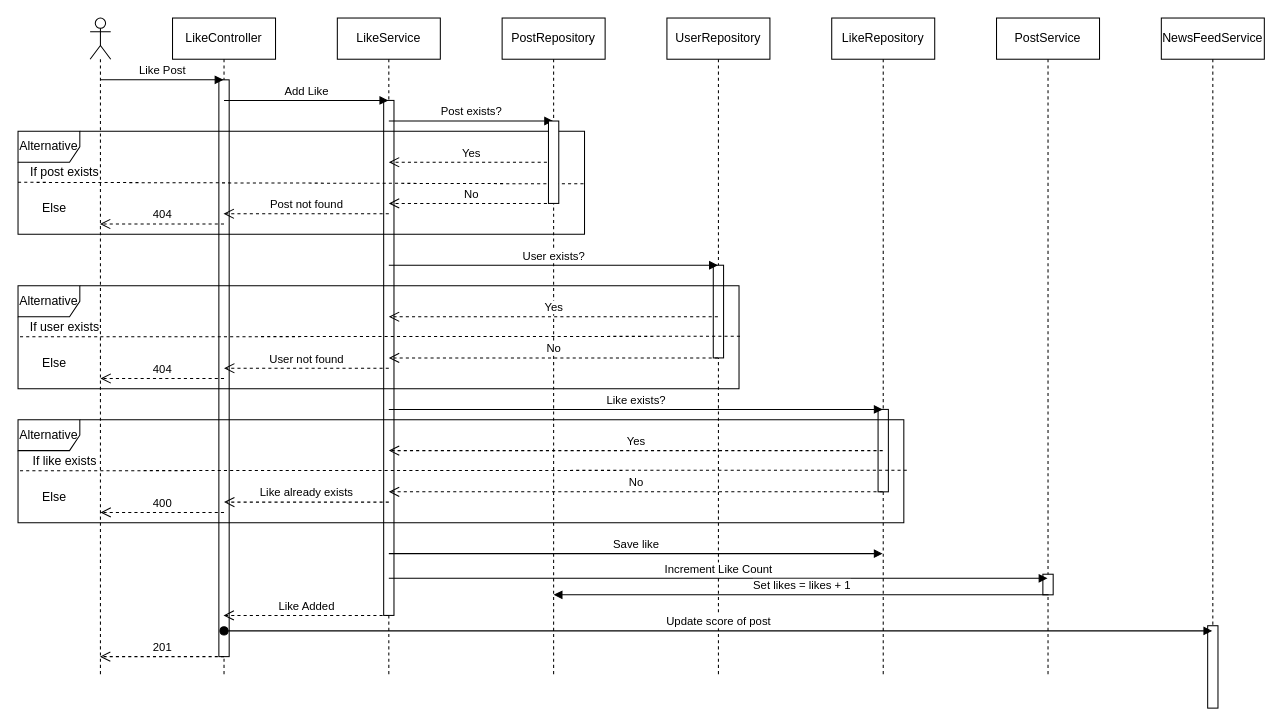
Above: page "Sequence-Like/Comment" (4 of 5) of docs/News-Feed.drawio in JatinDholakia/News-Feed (draw.io), before the change. Source tidied: cells renumbered, new cells numbered last; positions are measured from the earlier drawing's top-left corner, leaving out a move shared by most shapes. Both pictures are drawn from the tidied source at 103%, with x=0, y=0 at pixel (18, 18).
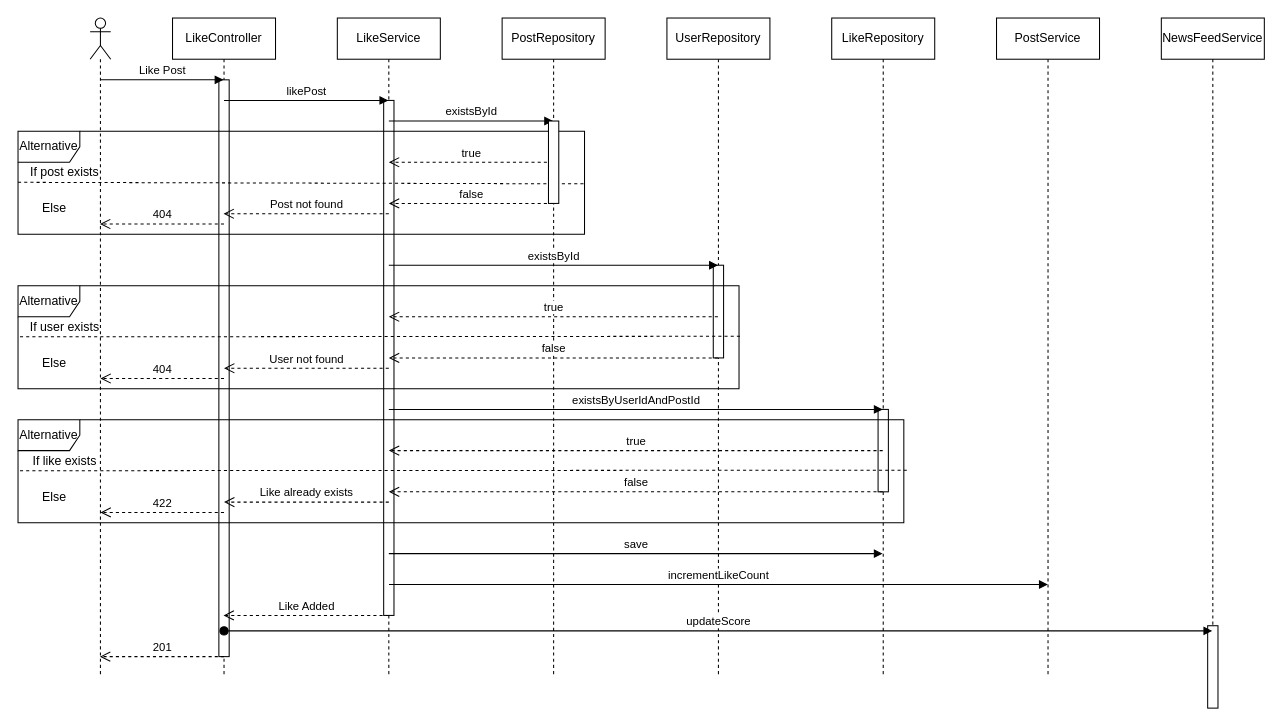
After the change.

The change refers to these unchanged cells:
```xml
<mxCell id="5" value="LikeService" style="shape=umlLifeline;perimeter=lifelinePerimeter;whiteSpace=wrap;html=1;outlineConnect=0;portConstraint=eastwest;newEdgeStyle={&quot;curved&quot;:0,&quot;rounded&quot;:0};" parent="1" vertex="1">
  <mxGeometry x="310" width="100" height="640" as="geometry" />
</mxCell>
<mxCell id="7" value="PostRepository" style="shape=umlLifeline;perimeter=lifelinePerimeter;whiteSpace=wrap;html=1;outlineConnect=0;portConstraint=eastwest;newEdgeStyle={&quot;curved&quot;:0,&quot;rounded&quot;:0};" parent="1" vertex="1">
  <mxGeometry x="470" width="100" height="640" as="geometry" />
</mxCell>
<mxCell id="8" value="UserRepository" style="shape=umlLifeline;perimeter=lifelinePerimeter;whiteSpace=wrap;html=1;outlineConnect=0;portConstraint=eastwest;newEdgeStyle={&quot;curved&quot;:0,&quot;rounded&quot;:0};" parent="1" vertex="1">
  <mxGeometry x="630" width="100" height="640" as="geometry" />
</mxCell>
<mxCell id="10" value="LikeRepository" style="shape=umlLifeline;perimeter=lifelinePerimeter;whiteSpace=wrap;html=1;outlineConnect=0;portConstraint=eastwest;newEdgeStyle={&quot;curved&quot;:0,&quot;rounded&quot;:0};" parent="1" vertex="1">
  <mxGeometry x="790" width="100" height="640" as="geometry" />
</mxCell>
<mxCell id="42" value="PostService" style="shape=umlLifeline;perimeter=lifelinePerimeter;whiteSpace=wrap;html=1;outlineConnect=0;portConstraint=eastwest;newEdgeStyle={&quot;curved&quot;:0,&quot;rounded&quot;:0};" parent="1" vertex="1">
  <mxGeometry x="950" width="100" height="640" as="geometry" />
</mxCell>
<mxCell id="46" value="NewsFeedService" style="shape=umlLifeline;perimeter=lifelinePerimeter;whiteSpace=wrap;html=1;outlineConnect=0;portConstraint=eastwest;newEdgeStyle={&quot;curved&quot;:0,&quot;rounded&quot;:0};" parent="1" vertex="1">
  <mxGeometry x="1110" width="100" height="670" as="geometry" />
</mxCell>
```

What changed in the source:
```diff
@@
-    <mxCell id="13" value="Add Like" style="html=1;verticalAlign=bottom;endArrow=block;curved=0;rounded=0;" parent="1" edge="1" target="5">
+    <mxCell id="13" value="likePost" style="html=1;verticalAlign=bottom;endArrow=block;curved=0;rounded=0;" parent="1" edge="1" target="5">
       <mxGeometry relative="1" as="geometry">
         <mxPoint x="200" y="80" as="sourcePoint" />
       </mxGeometry>
     </mxCell>
@@
-    <mxCell id="15" value="Post exists?" style="html=1;verticalAlign=bottom;endArrow=block;curved=0;rounded=0;" parent="1" edge="1">
+    <mxCell id="15" value="existsById" style="html=1;verticalAlign=bottom;endArrow=block;curved=0;rounded=0;" parent="1" edge="1">
       <mxGeometry relative="1" as="geometry">
         <mxPoint x="360" y="100" as="sourcePoint" />
         <mxPoint x="519.5" y="100" as="targetPoint" />
       </mxGeometry>
     </mxCell>
@@
-    <mxCell id="19" value="Yes" style="html=1;verticalAlign=bottom;endArrow=open;dashed=1;endSize=8;curved=0;rounded=0;" parent="1" edge="1">
+    <mxCell id="19" value="true" style="html=1;verticalAlign=bottom;endArrow=open;dashed=1;endSize=8;curved=0;rounded=0;" parent="1" edge="1">
       <mxGeometry relative="1" as="geometry">
         <mxPoint x="519.5" y="140" as="sourcePoint" />
         <mxPoint x="360" y="140" as="targetPoint" />
       </mxGeometry>
     </mxCell>
-    <mxCell id="20" value="No" style="html=1;verticalAlign=bottom;endArrow=open;dashed=1;endSize=8;curved=0;rounded=0;" parent="1" edge="1" source="7">
+    <mxCell id="20" value="false" style="html=1;verticalAlign=bottom;endArrow=open;dashed=1;endSize=8;curved=0;rounded=0;" parent="1" edge="1" source="7">
       <mxGeometry relative="1" as="geometry">
         <mxPoint x="360" y="180" as="targetPoint" />
       </mxGeometry>
     </mxCell>
@@
-    <mxCell id="23" value="User exists?" style="html=1;verticalAlign=bottom;endArrow=block;curved=0;rounded=0;" parent="1" edge="1" target="8">
+    <mxCell id="23" value="existsById" style="html=1;verticalAlign=bottom;endArrow=block;curved=0;rounded=0;" parent="1" edge="1" target="8">
       <mxGeometry relative="1" as="geometry">
         <mxPoint x="360" y="240" as="sourcePoint" />
       </mxGeometry>
     </mxCell>
@@
-    <mxCell id="27" value="Yes" style="html=1;verticalAlign=bottom;endArrow=open;dashed=1;endSize=8;curved=0;rounded=0;" parent="1" edge="1" source="8">
+    <mxCell id="27" value="true" style="html=1;verticalAlign=bottom;endArrow=open;dashed=1;endSize=8;curved=0;rounded=0;" parent="1" edge="1" source="8">
       <mxGeometry relative="1" as="geometry">
         <mxPoint x="360" y="290" as="targetPoint" />
       </mxGeometry>
     </mxCell>
-    <mxCell id="28" value="No" style="html=1;verticalAlign=bottom;endArrow=open;dashed=1;endSize=8;curved=0;rounded=0;" parent="1" edge="1" source="8">
+    <mxCell id="28" value="false" style="html=1;verticalAlign=bottom;endArrow=open;dashed=1;endSize=8;curved=0;rounded=0;" parent="1" edge="1" source="8">
       <mxGeometry relative="1" as="geometry">
         <mxPoint x="360" y="330" as="targetPoint" />
       </mxGeometry>
     </mxCell>
@@
-    <mxCell id="32" value="Like exists?" style="html=1;verticalAlign=bottom;endArrow=block;curved=0;rounded=0;" parent="1" edge="1" target="10">
+    <mxCell id="32" value="existsByUserIdAndPostId" style="html=1;verticalAlign=bottom;endArrow=block;curved=0;rounded=0;" parent="1" edge="1" target="10">
       <mxGeometry relative="1" as="geometry">
         <mxPoint x="360" y="380" as="sourcePoint" />
       </mxGeometry>
     </mxCell>
@@
-    <mxCell id="36" value="Yes" style="html=1;verticalAlign=bottom;endArrow=open;dashed=1;endSize=8;curved=0;rounded=0;" parent="1" edge="1" source="10">
+    <mxCell id="36" value="true" style="html=1;verticalAlign=bottom;endArrow=open;dashed=1;endSize=8;curved=0;rounded=0;" parent="1" edge="1" source="10">
       <mxGeometry relative="1" as="geometry">
         <mxPoint x="360" y="420" as="targetPoint" />
       </mxGeometry>
     </mxCell>
-    <mxCell id="37" value="No" style="html=1;verticalAlign=bottom;endArrow=open;dashed=1;endSize=8;curved=0;rounded=0;" parent="1" edge="1" source="10">
+    <mxCell id="37" value="false" style="html=1;verticalAlign=bottom;endArrow=open;dashed=1;endSize=8;curved=0;rounded=0;" parent="1" edge="1" source="10">
       <mxGeometry relative="1" as="geometry">
         <mxPoint x="360" y="460" as="targetPoint" />
       </mxGeometry>
     </mxCell>
@@
-    <mxCell id="39" value="400" style="html=1;verticalAlign=bottom;endArrow=open;dashed=1;endSize=8;curved=0;rounded=0;" parent="1" edge="1">
+    <mxCell id="39" value="422" style="html=1;verticalAlign=bottom;endArrow=open;dashed=1;endSize=8;curved=0;rounded=0;" parent="1" edge="1">
       <mxGeometry relative="1" as="geometry">
         <mxPoint x="200" y="480" as="sourcePoint" />
         <mxPoint x="80" y="480" as="targetPoint" />
       </mxGeometry>
     </mxCell>
@@
-    <mxCell id="41" value="Save like" style="html=1;verticalAlign=bottom;endArrow=block;curved=0;rounded=0;" parent="1" edge="1" target="10">
+    <mxCell id="41" value="save" style="html=1;verticalAlign=bottom;endArrow=block;curved=0;rounded=0;" parent="1" edge="1" target="10">
       <mxGeometry relative="1" as="geometry">
         <mxPoint x="360" y="520" as="sourcePoint" />
       </mxGeometry>
     </mxCell>
@@
-    <mxCell id="43" style="html=1;perimeter=orthogonalPerimeter;targetShapes=umlLifeline;newEdgeStyle={&quot;curved&quot;:0,&quot;rounded&quot;:0};" parent="42" vertex="1">
-      <mxGeometry x="45" y="540" width="10" height="20" as="geometry" />
-    </mxCell>
-    <mxCell id="44" value="Increment Like Count" style="html=1;verticalAlign=bottom;endArrow=block;curved=0;rounded=0;" parent="1" edge="1" target="42">
+    <mxCell id="44" value="incrementLikeCount" style="html=1;verticalAlign=bottom;endArrow=block;curved=0;rounded=0;" parent="1" edge="1">
       <mxGeometry relative="1" as="geometry">
-        <mxPoint x="360" y="544" as="sourcePoint" />
+        <mxPoint x="360.2" y="550" as="sourcePoint" />
+        <mxPoint x="999.8" y="550" as="targetPoint" />
       </mxGeometry>
     </mxCell>
-    <mxCell id="45" value="Set likes = likes + 1" style="html=1;verticalAlign=bottom;endArrow=block;curved=0;rounded=0;" parent="1" edge="1">
-      <mxGeometry relative="1" as="geometry">
-        <mxPoint x="1000.5" y="560" as="sourcePoint" />
-        <mxPoint x="520" y="560" as="targetPoint" />
-      </mxGeometry>
-    </mxCell>
@@
-    <mxCell id="48" value="Update score of post" style="html=1;verticalAlign=bottom;startArrow=oval;endArrow=block;startSize=8;curved=0;rounded=0;" parent="1" edge="1" target="46">
+    <mxCell id="48" value="updateScore" style="html=1;verticalAlign=bottom;startArrow=oval;endArrow=block;startSize=8;curved=0;rounded=0;" parent="1" edge="1" target="46">
       <mxGeometry relative="1" as="geometry">
         <mxPoint x="200" y="595" as="sourcePoint" />
       </mxGeometry>
     </mxCell>
```
